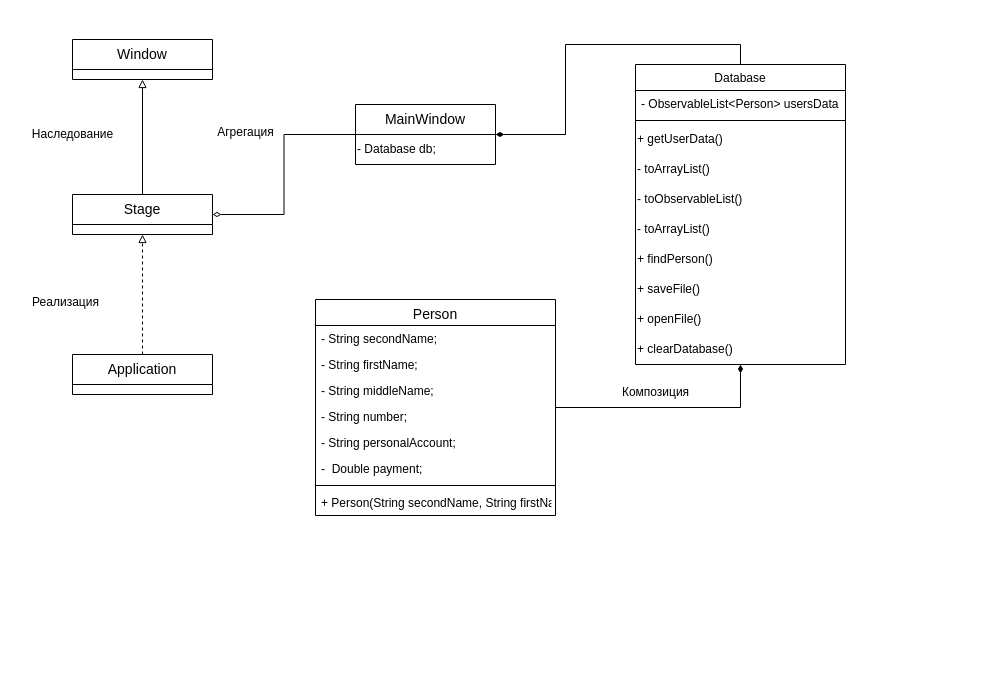
Before: DatabaseUML.drawio in arsentyeva-n/Database, a draw.io diagram. Source tidied: cells renumbered, new cells numbered last; positions are measured from the earlier drawing's top-left corner, leaving out a move shared by most shapes. Both pictures are drawn from the tidied source at 100%, with x=0, y=0 at pixel (17, 39).
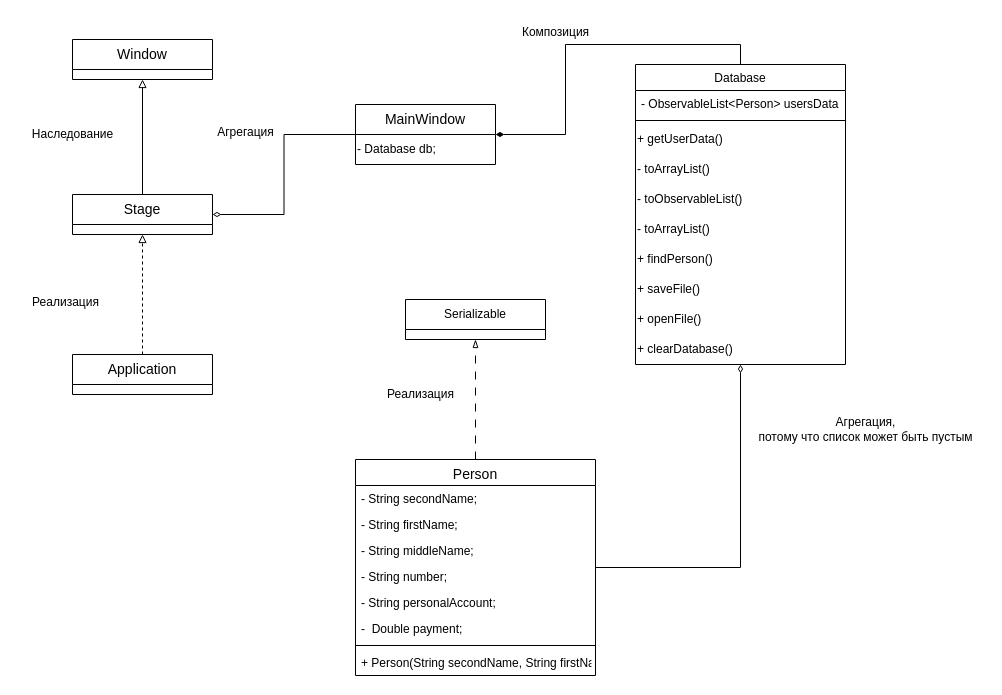
The same diagram, later.

The change refers to these unchanged cells:
```xml
<mxCell id="23" value="+&amp;nbsp;clearDatabase()" style="text;html=1;strokeColor=none;fillColor=none;align=left;verticalAlign=middle;whiteSpace=wrap;rounded=0;" parent="13" vertex="1">
  <mxGeometry y="270" width="210" height="30" as="geometry" />
</mxCell>
```

Diff of the diagram source:
```diff
@@
-    <mxCell id="2" style="edgeStyle=orthogonalEdgeStyle;rounded=0;jettySize=auto;html=1;entryX=0.5;entryY=1;entryDx=0;entryDy=0;endArrow=diamondThin;endFill=1;" parent="1" edge="1" source="3" target="23">
+    <mxCell id="2" style="edgeStyle=orthogonalEdgeStyle;rounded=0;jettySize=auto;html=1;entryX=0.5;entryY=1;entryDx=0;entryDy=0;endArrow=diamondThin;endFill=0;" parent="1" edge="1" source="3" target="23">
       <mxGeometry relative="1" as="geometry" />
     </mxCell>
+    <mxCell id="36" style="edgeStyle=orthogonalEdgeStyle;rounded=0;jettySize=auto;html=1;exitX=0.5;exitY=0;exitDx=0;exitDy=0;entryX=0.5;entryY=1;entryDx=0;entryDy=0;endArrow=blockThin;endFill=0;dashed=1;dashPattern=8 8;" parent="1" edge="1" source="3" target="38">
+      <mxGeometry relative="1" as="geometry" />
+    </mxCell>
     <mxCell id="3" value="Person" style="swimlane;fontStyle=0;align=center;verticalAlign=top;horizontal=1;startSize=26;rounded=0;shadow=0;strokeWidth=1;fontSize=14;" parent="1" vertex="1">
-      <mxGeometry x="298" y="260" width="240" height="216" as="geometry" />
+      <mxGeometry x="338" y="420" width="240" height="216" as="geometry" />
     </mxCell>
@@
-    <mxCell id="32" value="Композиция" style="text;html=1;align=center;verticalAlign=middle;strokeColor=none;fillColor=none;" parent="1" vertex="1">
-      <mxGeometry x="593" y="338" width="90" height="30" as="geometry" />
+    <mxCell id="32" value="Агрегация,&lt;br&gt;потому что список может быть пустым" style="text;html=1;align=center;verticalAlign=middle;strokeColor=none;fillColor=none;" parent="1" vertex="1">
+      <mxGeometry x="728" y="370" width="240" height="40" as="geometry" />
     </mxCell>
@@
+    <mxCell id="37" value="Композиция" style="text;html=1;align=center;verticalAlign=middle;strokeColor=none;fillColor=none;" parent="1" vertex="1">
+      <mxGeometry x="493" y="-22" width="90" height="30" as="geometry" />
+    </mxCell>
+    <mxCell id="38" value="&lt;div style=&quot;&quot;&gt;&lt;pre style=&quot;&quot;&gt;&lt;font face=&quot;Helvetica&quot; style=&quot;font-size: 12px;&quot;&gt;Serializable&lt;/font&gt;&lt;/pre&gt;&lt;/div&gt;" style="swimlane;fontStyle=0;horizontal=1;startSize=30;whiteSpace=wrap;html=1;" parent="1" vertex="1">
+      <mxGeometry x="388" y="260" width="140" height="40" as="geometry" />
+    </mxCell>
+    <mxCell id="39" value="Реализация" style="text;html=1;align=center;verticalAlign=middle;strokeColor=none;fillColor=none;" parent="1" vertex="1">
+      <mxGeometry x="358" y="340" width="90" height="30" as="geometry" />
+    </mxCell>
```
